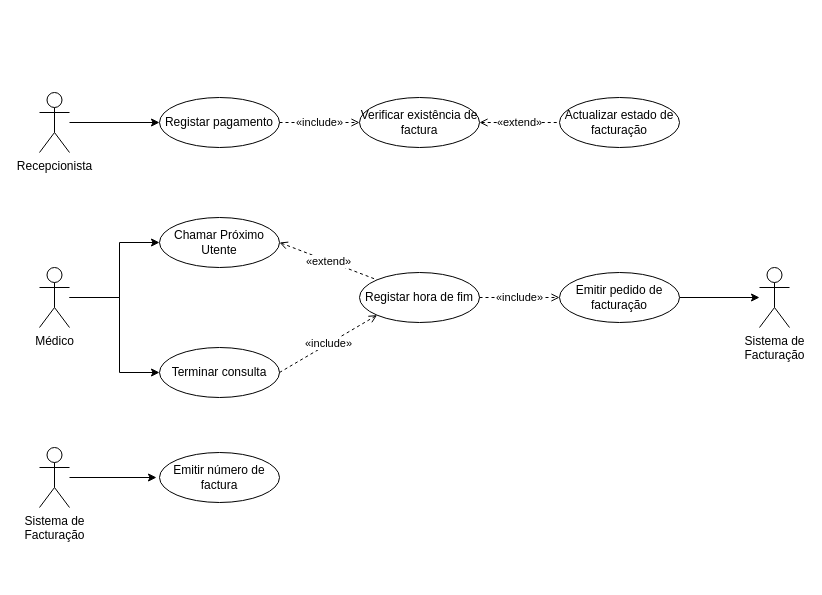
Above: page "Facturação" (5 of 5) of Diagrama Use Cases.drawio in carlan92/Hospital_Management_System (draw.io), before the change. Source tidied: cells renumbered, new cells numbered last; positions are measured from the earlier drawing's top-left corner, leaving out a move shared by most shapes. Both pictures are drawn from the tidied source at 100%, with x=0, y=0 at pixel (39, 92).
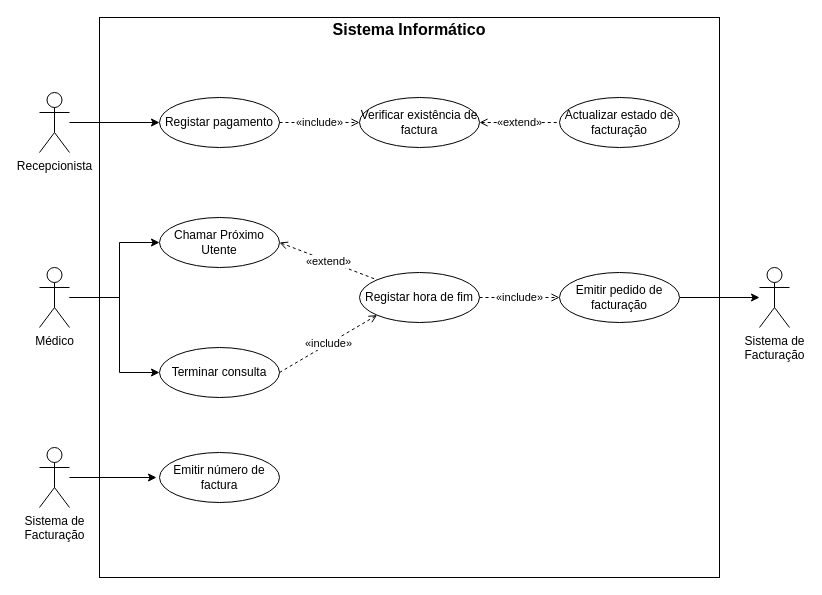
The same diagram, later.

What changed in the source:
```diff
@@
+    <mxCell id="24" style="group;" parent="1" vertex="1">
+      <mxGeometry x="60" y="-75" width="620" height="560" as="geometry" />
+    </mxCell>
+    <mxCell id="25" style="rounded=0;whiteSpace=wrap;html=1;fillColor=none;" parent="24" vertex="1">
+      <mxGeometry width="620" height="560" as="geometry" />
+    </mxCell>
+    <mxCell id="26" value="Sistema Informático" style="text;html=1;strokeColor=none;fillColor=none;align=center;verticalAlign=middle;whiteSpace=wrap;rounded=0;fontSize=16;fontStyle=1;" parent="24" vertex="1">
+      <mxGeometry width="620" height="23.3" as="geometry" />
+    </mxCell>
```
